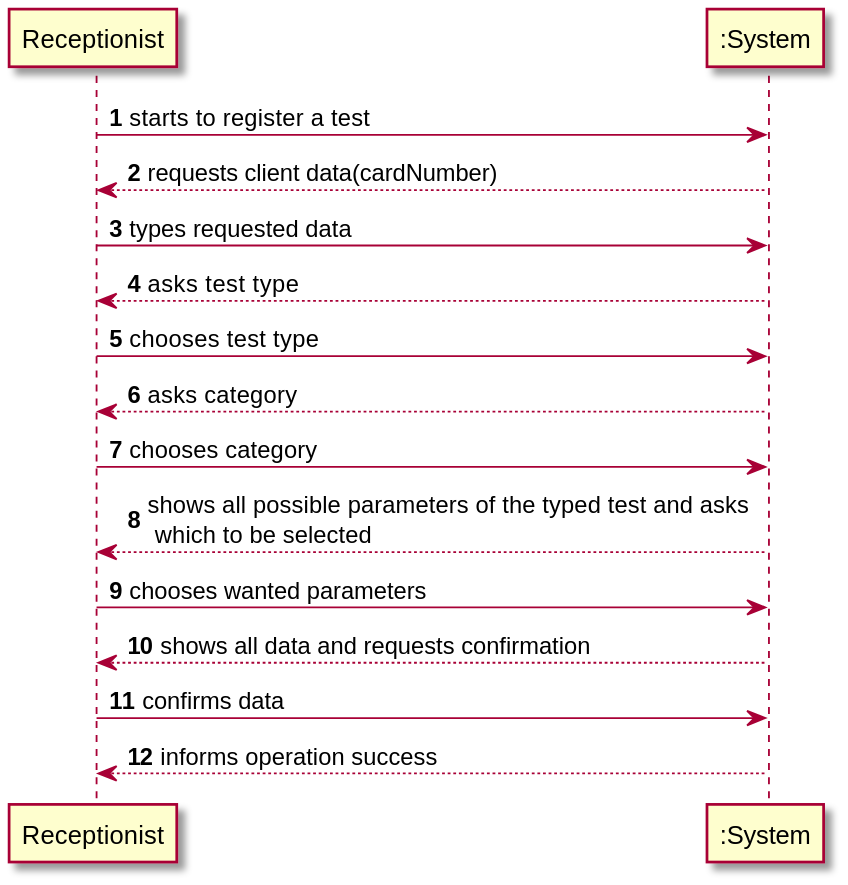
Above: docs/SprintC/US4/US4_SSD.svg in MadDinosaur/ISEP-LAPR2 (PlantUML), before the change.
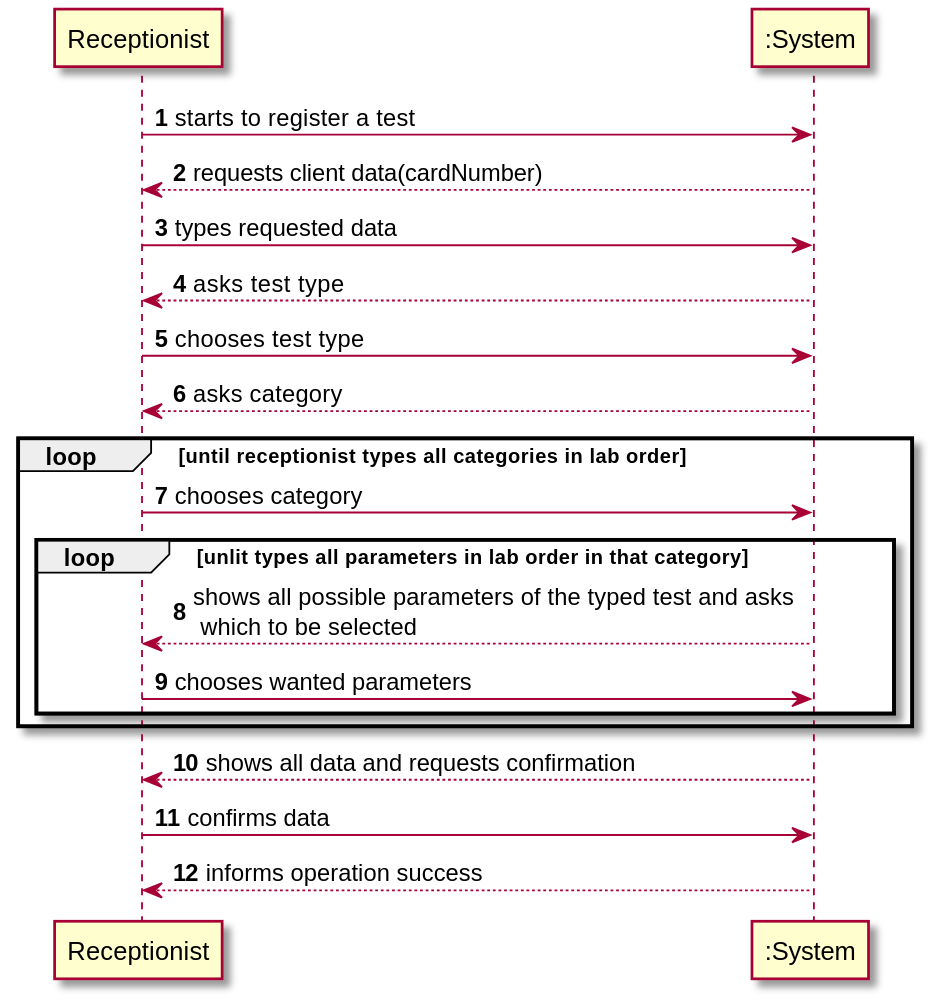
After the change.

Change to the diagram source:
```diff
@@ -7,12 +7,17 @@
 ":System" --> Receptionist : asks test type
 Receptionist -> ":System" : chooses test type
 ":System" --> Receptionist : asks category
+loop until receptionist types all categories in lab order
 Receptionist -> ":System" : chooses category
+loop unlit types all parameters in lab order in that category
 ":System" --> Receptionist : shows all possible parameters of the typed test and asks \n which to be selected
 Receptionist -> ":System" : chooses wanted parameters
+end loop
+end loop
 ":System" --> Receptionist : shows all data and requests confirmation
 Receptionist -> ":System" : confirms data
 ":System" --> Receptionist : informs operation success
 
 
+
 @enduml
```
